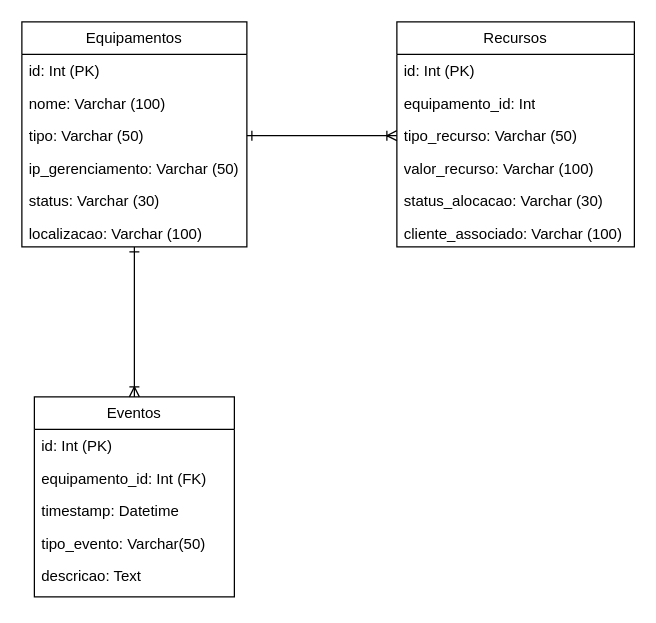
Above: docs/database.drawio in MarcosAndreLS/Desafio_CGR (draw.io), before the change. Source tidied: cells renumbered, new cells numbered last; positions are measured from the earlier drawing's top-left corner, leaving out a move shared by most shapes. Both pictures are drawn from the tidied source at 125%, with x=0, y=0 at pixel (21, 21).
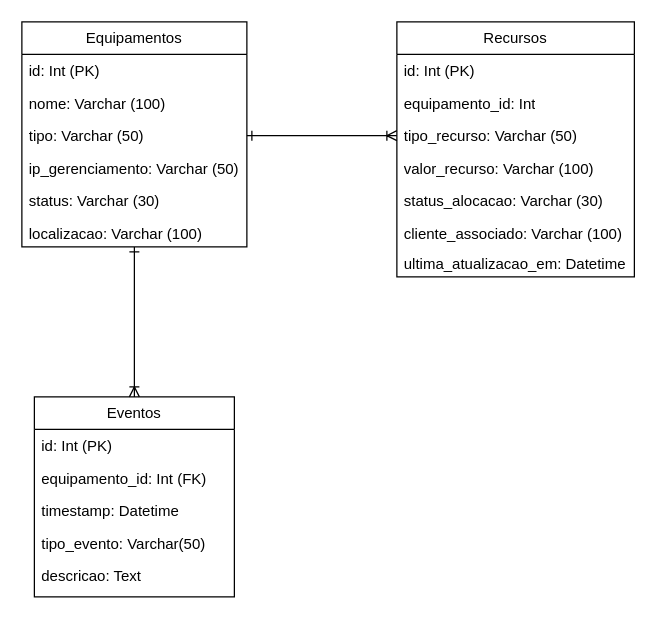
After the change.

Commit message (it also covers changes not shown here):
docs: Adiciona considerações finais

Change to the diagram source:
```diff
@@
     <mxCell id="9" value="Recursos" style="swimlane;fontStyle=0;horizontal=1;startSize=26;fillColor=none;whiteSpace=wrap;html=1;" parent="1" vertex="1">
-      <mxGeometry x="300" width="190" height="180" as="geometry" />
+      <mxGeometry x="300" width="190" height="204" as="geometry" />
     </mxCell>
@@
-    <mxCell id="15" value="cliente_associado: Varchar (100)&amp;nbsp;" style="text;strokeColor=none;fillColor=none;align=left;verticalAlign=top;spacingLeft=4;spacingRight=4;overflow=hidden;whiteSpace=wrap;html=1;" parent="9" vertex="1">
+    <mxCell id="15" value="cliente_associado: Varchar (100)&lt;div&gt;&amp;nbsp;&lt;/div&gt;" style="text;strokeColor=none;fillColor=none;align=left;verticalAlign=top;spacingLeft=4;spacingRight=4;overflow=hidden;whiteSpace=wrap;html=1;" parent="9" vertex="1">
       <mxGeometry y="156" width="190" height="24" as="geometry" />
     </mxCell>
+    <mxCell id="24" value="ultima_atualizacao_em: Datetime" style="text;strokeColor=none;fillColor=none;align=left;verticalAlign=top;spacingLeft=4;spacingRight=4;overflow=hidden;whiteSpace=wrap;html=1;" parent="9" vertex="1">
+      <mxGeometry y="180" width="190" height="24" as="geometry" />
+    </mxCell>
```
